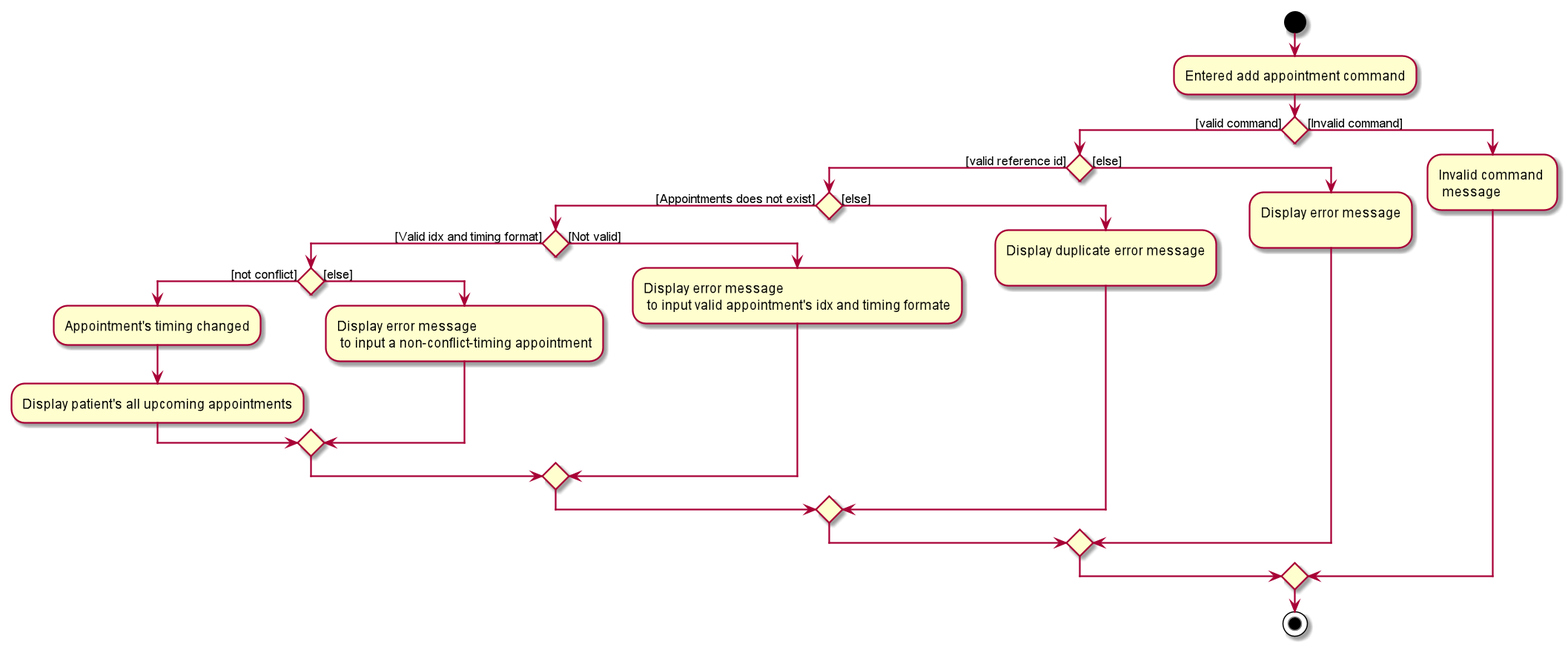
Earlier version of the PlantUML export docs/images/AddAppointmentActivityDiagram.png (nus-cs2103-AY1920S1/addressbook-level3). Its diagram source:
```plantuml
@startuml

start
-Entered add appointment command
if () then ([valid command])

    if () then ([valid reference id])
        if () then ([Appointments does not exist])

            if() then ([Valid idx and timing format])
                if() then([not conflict])
                -Appointment's timing changed
                -Display patient's all upcoming appointments
                else([else])
                -Display error message\n to input a non-conflict-timing appointment
                endif

            else ([Not valid])
            -Display error message\n to input valid appointment's idx and timing formate
            endif
        else([else])
        -Display duplicate error message\n
        endif

    else ([else])
    -Display error message\n
    endif

else ([Invalid command])
-Invalid command \n message
endif

stop
@enduml
```
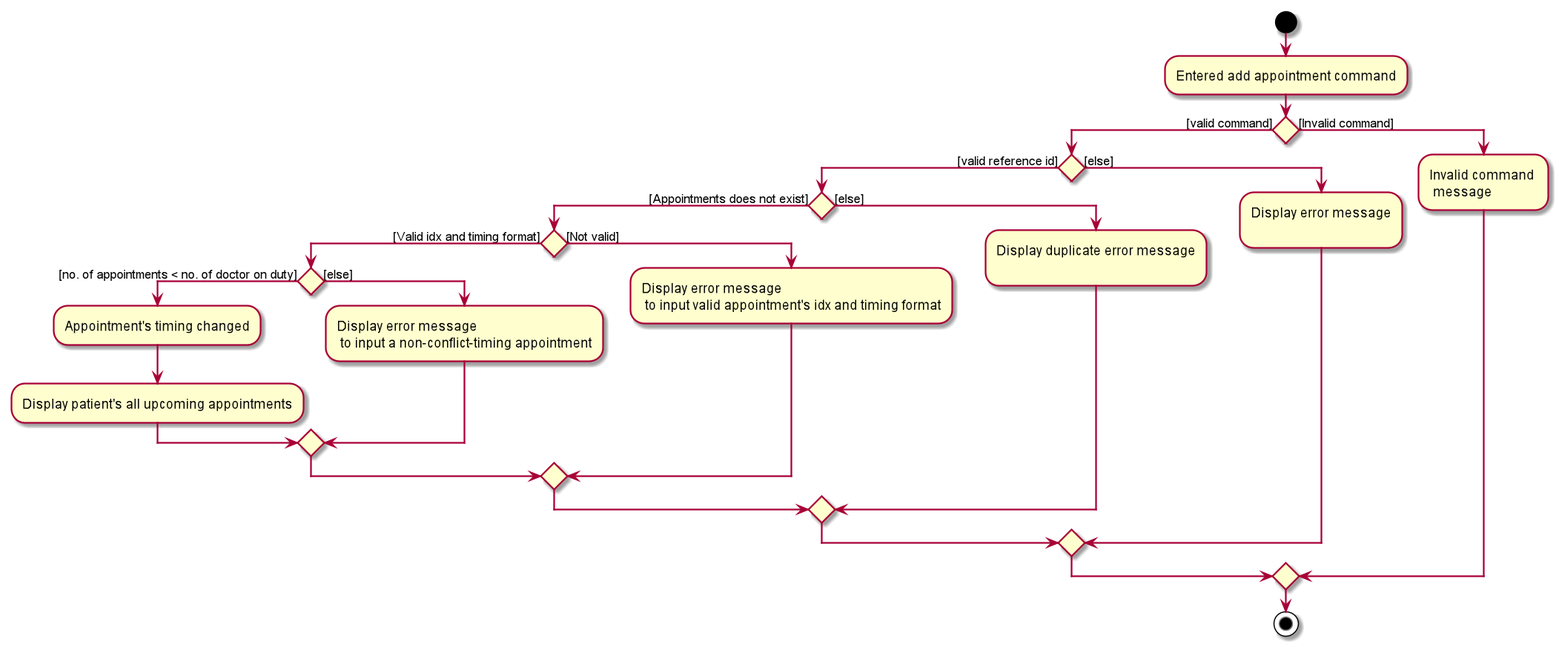
After the commit.

Diff of the diagram source:
```diff
@@ -8,7 +8,7 @@
         if () then ([Appointments does not exist])
 
             if() then ([Valid idx and timing format])
-                if() then([not conflict])
+                if() then([no. of appointments < no. of doctor on duty])
                 -Appointment's timing changed
                 -Display patient's all upcoming appointments
                 else([else])
@@ -16,7 +16,7 @@
                 endif
 
             else ([Not valid])
-            -Display error message\n to input valid appointment's idx and timing formate
+            -Display error message\n to input valid appointment's idx and timing format
             endif
         else([else])
         -Display duplicate error message\n
```
